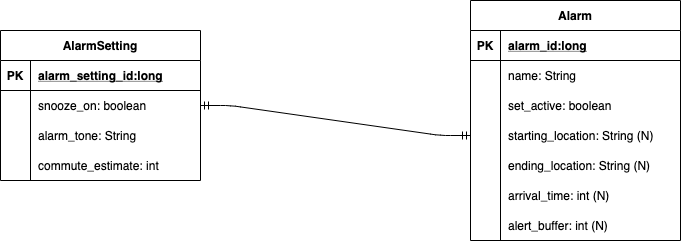
Before: docs/img/erd.png, a diagram exported from draw.io (pcutter1/true-alarm). Source tidied: cells renumbered, new cells last; positions are measured from the earlier drawing's top-left corner, leaving out a move shared by most shapes.
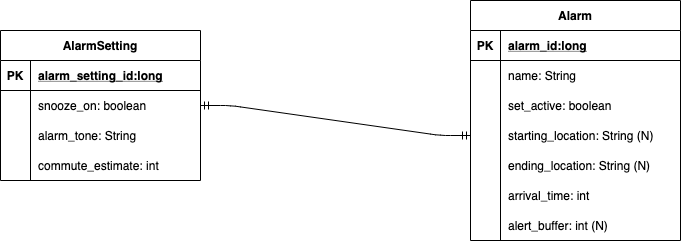
After the commit.

Commit message:
Flushed out overview and updated wireframes and erds

What changed in the source:
```diff
@@ -59,7 +59,7 @@
     <mxCell id="20" style="shape=partialRectangle;fillColor=none;top=0;left=0;bottom=0;right=0;overflow=hidden;" parent="19" vertex="1">
       <mxGeometry width="30" height="30" as="geometry" />
     </mxCell>
-    <mxCell id="21" value="arrival_time: int (N)" style="shape=partialRectangle;fillColor=none;top=0;left=0;bottom=0;right=0;align=left;spacingLeft=6;overflow=hidden;" parent="19" vertex="1">
+    <mxCell id="21" value="arrival_time: int" style="shape=partialRectangle;fillColor=none;top=0;left=0;bottom=0;right=0;align=left;spacingLeft=6;overflow=hidden;" parent="19" vertex="1">
       <mxGeometry x="30" width="180" height="30" as="geometry" />
     </mxCell>
     <mxCell id="22" style="shape=partialRectangle;fillColor=none;top=0;left=0;bottom=0;right=0;" parent="3" vertex="1">
```
